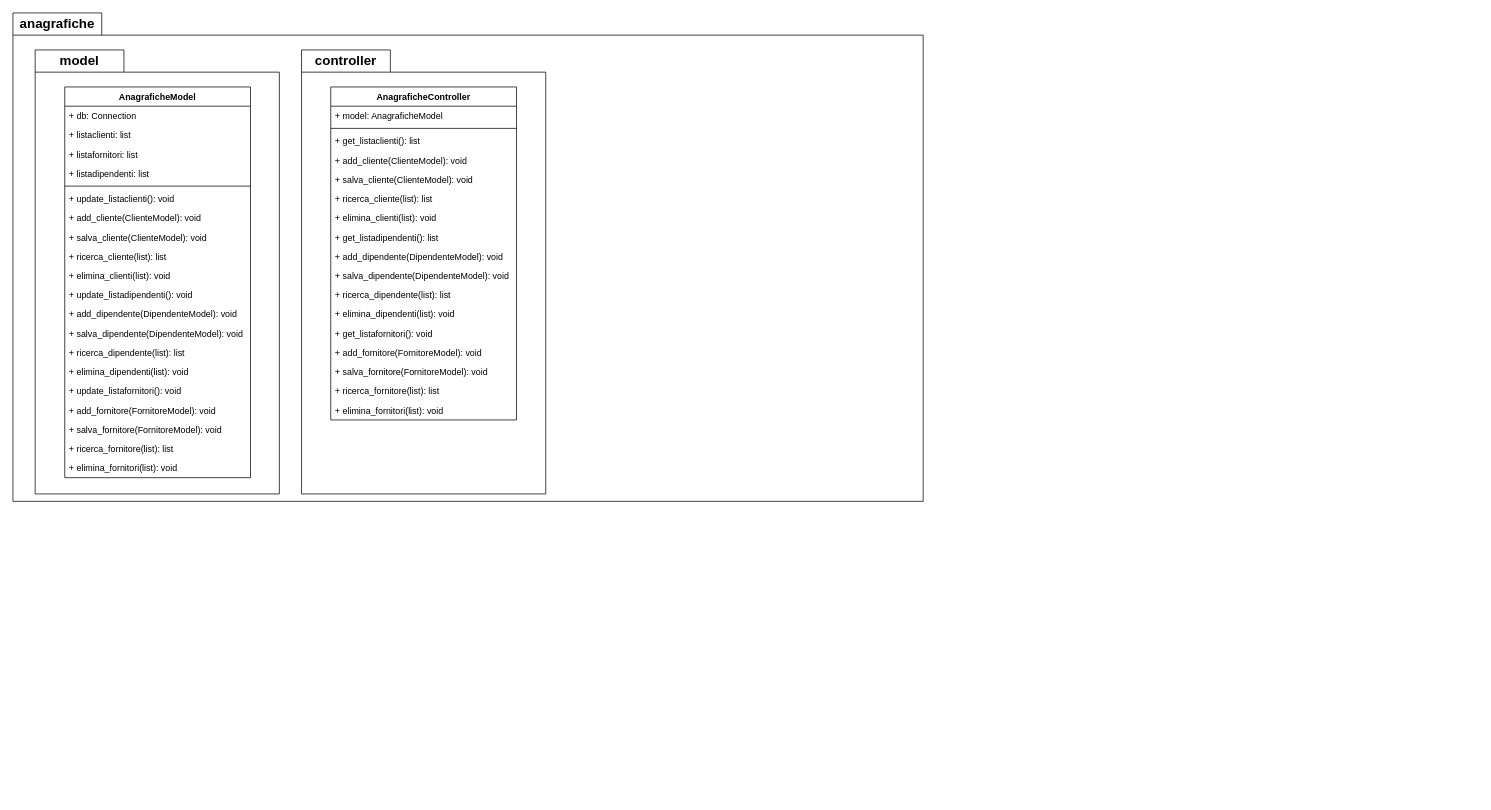
Raccispini/Progetto-Hotel keeps this draw.io diagram as Diagrammi/Untitled Diagram.drawio. Above is the earlier version. Source tidied: cells renumbered, new cells numbered last; positions are measured from the earlier drawing's top-left corner, leaving out a move shared by most shapes. Both pictures are drawn from the tidied source at 74%, with x=0, y=0 at pixel (13, 13).
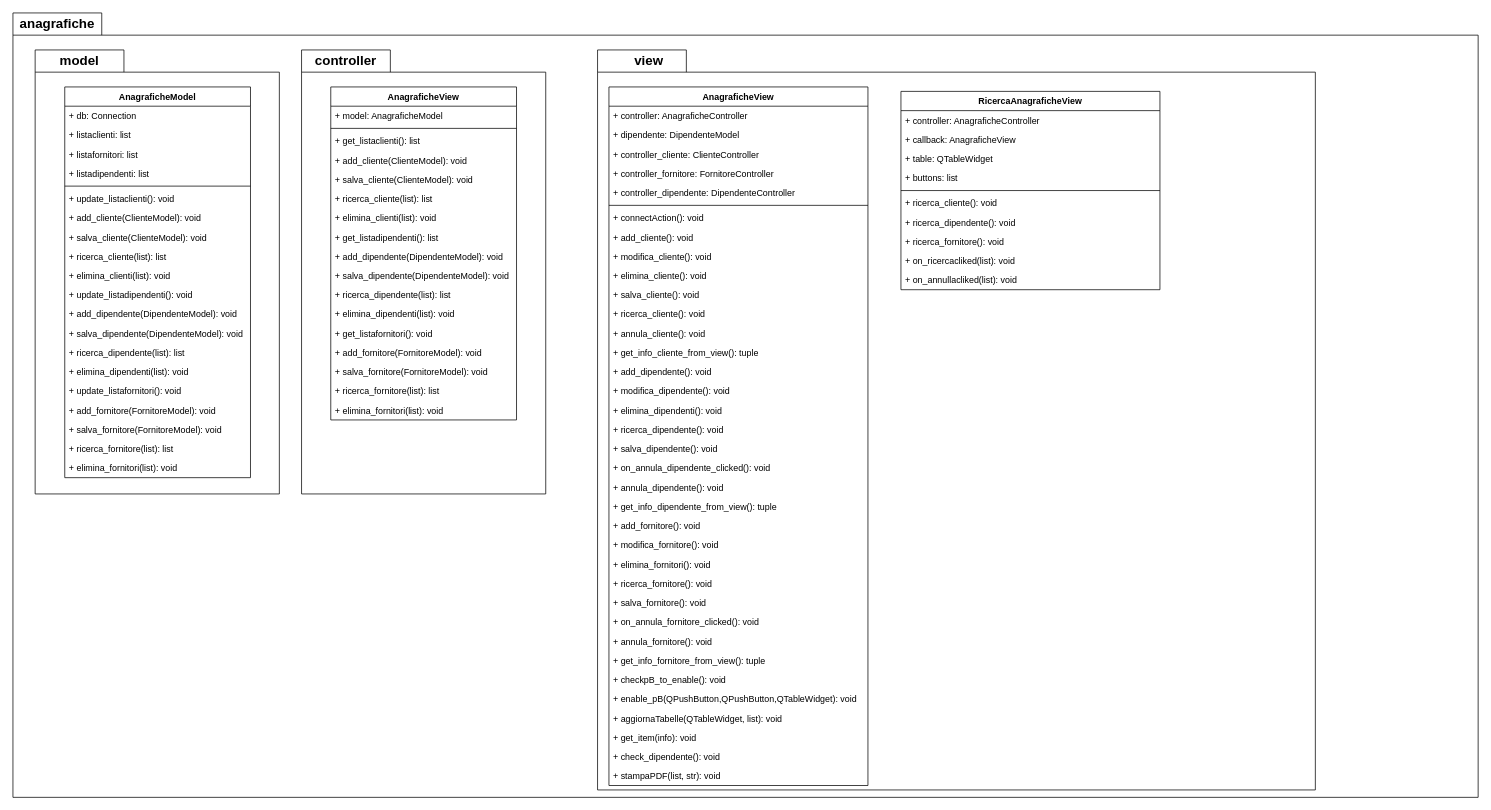
Above is the later version.

Commit message:
Piccolo aggiornamento al diagramma delle classi

Unchanged cells that the change refers to:
```xml
<mxCell id="25" style="group;" parent="1" vertex="1">
  <mxGeometry x="390" y="50" width="330" height="600" as="geometry" />
</mxCell>
```

Change to the diagram source:
```diff
@@
     <mxCell id="2" style="shape=folder;fontStyle=1;spacingTop=10;tabWidth=120;tabHeight=30;tabPosition=left;html=1;noLabel=0;overflow=visible;direction=east;labelPadding=0;" parent="1" vertex="1">
-      <mxGeometry width="1230" height="660" as="geometry" />
+      <mxGeometry width="1980" height="1060" as="geometry" />
     </mxCell>
@@
-    <mxCell id="28" value="AnagraficheController" style="swimlane;fontStyle=1;align=center;verticalAlign=top;horizontal=1;startSize=26;" parent="25" vertex="1">
+    <mxCell id="28" value="AnagraficheView" style="swimlane;fontStyle=1;align=center;verticalAlign=top;horizontal=1;startSize=26;" parent="25" vertex="1">
       <mxGeometry x="39.5" y="50" width="251" height="450" as="geometry" />
     </mxCell>
@@
+    <mxCell id="49" style="group;" parent="1" vertex="1">
+      <mxGeometry x="790" y="50" width="970" height="1000" as="geometry" />
+    </mxCell>
+    <mxCell id="50" style="shape=folder;fontStyle=1;spacingTop=10;tabWidth=120;tabHeight=30;tabPosition=left;html=1;fillColor=none;" parent="49" vertex="1">
+      <mxGeometry width="970" height="1000" as="geometry" />
+    </mxCell>
+    <mxCell id="51" value="&lt;span style=&quot;font-size: 18px&quot;&gt;&lt;b&gt;view&lt;/b&gt;&lt;/span&gt;" style="text;html=1;strokeColor=none;fillColor=none;align=center;verticalAlign=middle;whiteSpace=wrap;rounded=0;" parent="49" vertex="1">
+      <mxGeometry width="138.5" height="30" as="geometry" />
+    </mxCell>
+    <mxCell id="52" value="AnagraficheView" style="swimlane;fontStyle=1;align=center;verticalAlign=top;horizontal=1;startSize=26;" parent="49" vertex="1">
+      <mxGeometry x="15.4" y="50" width="350" height="944" as="geometry" />
+    </mxCell>
+    <mxCell id="53" value="+ controller: AnagraficheController&#10;" style="text;strokeColor=none;fillColor=none;align=left;verticalAlign=top;spacingLeft=4;spacingRight=4;overflow=hidden;" parent="52" vertex="1">
+      <mxGeometry y="26" width="350" height="26" as="geometry" />
+    </mxCell>
+    <mxCell id="54" value="+ dipendente: DipendenteModel&#10;" style="text;strokeColor=none;fillColor=none;align=left;verticalAlign=top;spacingLeft=4;spacingRight=4;overflow=hidden;" parent="52" vertex="1">
+      <mxGeometry y="52" width="350" height="26" as="geometry" />
+    </mxCell>
+    <mxCell id="55" value="+ controller_cliente: ClienteController" style="text;strokeColor=none;fillColor=none;align=left;verticalAlign=top;spacingLeft=4;spacingRight=4;overflow=hidden;" parent="52" vertex="1">
+      <mxGeometry y="78" width="350" height="26" as="geometry" />
+    </mxCell>
+    <mxCell id="56" value="+ controller_fornitore: FornitoreController&#10;" style="text;strokeColor=none;fillColor=none;align=left;verticalAlign=top;spacingLeft=4;spacingRight=4;overflow=hidden;" parent="52" vertex="1">
+      <mxGeometry y="104" width="350" height="26" as="geometry" />
+    </mxCell>
+    <mxCell id="57" value="+ controller_dipendente: DipendenteController&#10;" style="text;strokeColor=none;fillColor=none;align=left;verticalAlign=top;spacingLeft=4;spacingRight=4;overflow=hidden;" parent="52" vertex="1">
+      <mxGeometry y="130" width="350" height="26" as="geometry" />
+    </mxCell>
+    <mxCell id="58" style="line;strokeWidth=1;fillColor=none;align=left;verticalAlign=middle;spacingTop=-1;spacingLeft=3;spacingRight=3;labelPosition=right;" parent="52" vertex="1">
+      <mxGeometry y="156" width="350" height="8" as="geometry" />
+    </mxCell>
+    <mxCell id="59" value="+ connectAction(): void" style="text;strokeColor=none;fillColor=none;align=left;verticalAlign=top;spacingLeft=4;spacingRight=4;overflow=hidden;" parent="52" vertex="1">
+      <mxGeometry y="164" width="350" height="26" as="geometry" />
+    </mxCell>
+    <mxCell id="60" value="+ add_cliente(): void" style="text;strokeColor=none;fillColor=none;align=left;verticalAlign=top;spacingLeft=4;spacingRight=4;overflow=hidden;" parent="52" vertex="1">
+      <mxGeometry y="190" width="350" height="26" as="geometry" />
+    </mxCell>
+    <mxCell id="61" value="+ modifica_cliente(): void" style="text;strokeColor=none;fillColor=none;align=left;verticalAlign=top;spacingLeft=4;spacingRight=4;overflow=hidden;" parent="52" vertex="1">
+      <mxGeometry y="216" width="350" height="26" as="geometry" />
+    </mxCell>
+    <mxCell id="62" value="+ elimina_cliente(): void" style="text;strokeColor=none;fillColor=none;align=left;verticalAlign=top;spacingLeft=4;spacingRight=4;overflow=hidden;" parent="52" vertex="1">
+      <mxGeometry y="242" width="350" height="26" as="geometry" />
+    </mxCell>
+    <mxCell id="63" value="+ salva_cliente(): void" style="text;strokeColor=none;fillColor=none;align=left;verticalAlign=top;spacingLeft=4;spacingRight=4;overflow=hidden;" parent="52" vertex="1">
+      <mxGeometry y="268" width="350" height="26" as="geometry" />
+    </mxCell>
+    <mxCell id="64" value="+ ricerca_cliente(): void" style="text;strokeColor=none;fillColor=none;align=left;verticalAlign=top;spacingLeft=4;spacingRight=4;overflow=hidden;" parent="52" vertex="1">
+      <mxGeometry y="294" width="350" height="26" as="geometry" />
+    </mxCell>
+    <mxCell id="65" value="+ annula_cliente(): void" style="text;strokeColor=none;fillColor=none;align=left;verticalAlign=top;spacingLeft=4;spacingRight=4;overflow=hidden;" parent="52" vertex="1">
+      <mxGeometry y="320" width="350" height="26" as="geometry" />
+    </mxCell>
+    <mxCell id="66" value="+ get_info_cliente_from_view(): tuple" style="text;strokeColor=none;fillColor=none;align=left;verticalAlign=top;spacingLeft=4;spacingRight=4;overflow=hidden;" parent="52" vertex="1">
+      <mxGeometry y="346" width="350" height="26" as="geometry" />
+    </mxCell>
+    <mxCell id="67" value="+ add_dipendente(): void" style="text;strokeColor=none;fillColor=none;align=left;verticalAlign=top;spacingLeft=4;spacingRight=4;overflow=hidden;" parent="52" vertex="1">
+      <mxGeometry y="372" width="350" height="26" as="geometry" />
+    </mxCell>
+    <mxCell id="68" value="+ modifica_dipendente(): void" style="text;strokeColor=none;fillColor=none;align=left;verticalAlign=top;spacingLeft=4;spacingRight=4;overflow=hidden;" parent="52" vertex="1">
+      <mxGeometry y="398" width="350" height="26" as="geometry" />
+    </mxCell>
+    <mxCell id="69" value="+ elimina_dipendenti(): void" style="text;strokeColor=none;fillColor=none;align=left;verticalAlign=top;spacingLeft=4;spacingRight=4;overflow=hidden;" parent="52" vertex="1">
+      <mxGeometry y="424" width="350" height="26" as="geometry" />
+    </mxCell>
+    <mxCell id="70" value="+ ricerca_dipendente(): void" style="text;strokeColor=none;fillColor=none;align=left;verticalAlign=top;spacingLeft=4;spacingRight=4;overflow=hidden;" parent="52" vertex="1">
+      <mxGeometry y="450" width="350" height="26" as="geometry" />
+    </mxCell>
+    <mxCell id="71" value="+ salva_dipendente(): void" style="text;strokeColor=none;fillColor=none;align=left;verticalAlign=top;spacingLeft=4;spacingRight=4;overflow=hidden;" parent="52" vertex="1">
+      <mxGeometry y="476" width="350" height="26" as="geometry" />
+    </mxCell>
+    <mxCell id="72" value="+ on_annula_dipendente_clicked(): void" style="text;strokeColor=none;fillColor=none;align=left;verticalAlign=top;spacingLeft=4;spacingRight=4;overflow=hidden;" parent="52" vertex="1">
+      <mxGeometry y="502" width="350" height="26" as="geometry" />
+    </mxCell>
+    <mxCell id="73" value="+ annula_dipendente(): void" style="text;strokeColor=none;fillColor=none;align=left;verticalAlign=top;spacingLeft=4;spacingRight=4;overflow=hidden;" parent="52" vertex="1">
+      <mxGeometry y="528" width="350" height="26" as="geometry" />
+    </mxCell>
+    <mxCell id="74" value="+ get_info_dipendente_from_view(): tuple" style="text;strokeColor=none;fillColor=none;align=left;verticalAlign=top;spacingLeft=4;spacingRight=4;overflow=hidden;" parent="52" vertex="1">
+      <mxGeometry y="554" width="350" height="26" as="geometry" />
+    </mxCell>
+    <mxCell id="75" value="+ add_fornitore(): void" style="text;strokeColor=none;fillColor=none;align=left;verticalAlign=top;spacingLeft=4;spacingRight=4;overflow=hidden;" parent="52" vertex="1">
+      <mxGeometry y="580" width="350" height="26" as="geometry" />
+    </mxCell>
+    <mxCell id="76" value="+ modifica_fornitore(): void" style="text;strokeColor=none;fillColor=none;align=left;verticalAlign=top;spacingLeft=4;spacingRight=4;overflow=hidden;" parent="52" vertex="1">
+      <mxGeometry y="606" width="350" height="26" as="geometry" />
+    </mxCell>
+    <mxCell id="77" value="+ elimina_fornitori(): void" style="text;strokeColor=none;fillColor=none;align=left;verticalAlign=top;spacingLeft=4;spacingRight=4;overflow=hidden;" parent="52" vertex="1">
+      <mxGeometry y="632" width="350" height="26" as="geometry" />
+    </mxCell>
+    <mxCell id="78" value="+ ricerca_fornitore(): void" style="text;strokeColor=none;fillColor=none;align=left;verticalAlign=top;spacingLeft=4;spacingRight=4;overflow=hidden;" parent="52" vertex="1">
+      <mxGeometry y="658" width="350" height="26" as="geometry" />
+    </mxCell>
+    <mxCell id="79" value="+ salva_fornitore(): void" style="text;strokeColor=none;fillColor=none;align=left;verticalAlign=top;spacingLeft=4;spacingRight=4;overflow=hidden;" parent="52" vertex="1">
+      <mxGeometry y="684" width="350" height="26" as="geometry" />
+    </mxCell>
+    <mxCell id="80" value="+ on_annula_fornitore_clicked(): void" style="text;strokeColor=none;fillColor=none;align=left;verticalAlign=top;spacingLeft=4;spacingRight=4;overflow=hidden;" parent="52" vertex="1">
+      <mxGeometry y="710" width="350" height="26" as="geometry" />
+    </mxCell>
+    <mxCell id="81" value="+ annula_fornitore(): void" style="text;strokeColor=none;fillColor=none;align=left;verticalAlign=top;spacingLeft=4;spacingRight=4;overflow=hidden;" parent="52" vertex="1">
+      <mxGeometry y="736" width="350" height="26" as="geometry" />
+    </mxCell>
+    <mxCell id="82" value="+ get_info_fornitore_from_view(): tuple" style="text;strokeColor=none;fillColor=none;align=left;verticalAlign=top;spacingLeft=4;spacingRight=4;overflow=hidden;" parent="52" vertex="1">
+      <mxGeometry y="762" width="350" height="26" as="geometry" />
+    </mxCell>
+    <mxCell id="83" value="+ checkpB_to_enable(): void" style="text;strokeColor=none;fillColor=none;align=left;verticalAlign=top;spacingLeft=4;spacingRight=4;overflow=hidden;" parent="52" vertex="1">
+      <mxGeometry y="788" width="350" height="26" as="geometry" />
+    </mxCell>
+    <mxCell id="84" value="+ enable_pB(QPushButton,QPushButton,QTableWidget): void" style="text;strokeColor=none;fillColor=none;align=left;verticalAlign=top;spacingLeft=4;spacingRight=4;overflow=hidden;" parent="52" vertex="1">
+      <mxGeometry y="814" width="350" height="26" as="geometry" />
+    </mxCell>
+    <mxCell id="85" value="+ aggiornaTabelle(QTableWidget, list): void" style="text;strokeColor=none;fillColor=none;align=left;verticalAlign=top;spacingLeft=4;spacingRight=4;overflow=hidden;" parent="52" vertex="1">
+      <mxGeometry y="840" width="350" height="26" as="geometry" />
+    </mxCell>
+    <mxCell id="86" value="+ get_item(info): void" style="text;strokeColor=none;fillColor=none;align=left;verticalAlign=top;spacingLeft=4;spacingRight=4;overflow=hidden;" parent="52" vertex="1">
+      <mxGeometry y="866" width="350" height="26" as="geometry" />
+    </mxCell>
+    <mxCell id="87" value="+ check_dipendente(): void" style="text;strokeColor=none;fillColor=none;align=left;verticalAlign=top;spacingLeft=4;spacingRight=4;overflow=hidden;" parent="52" vertex="1">
+      <mxGeometry y="892" width="350" height="26" as="geometry" />
+    </mxCell>
+    <mxCell id="88" value="+ stampaPDF(list, str): void" style="text;strokeColor=none;fillColor=none;align=left;verticalAlign=top;spacingLeft=4;spacingRight=4;overflow=hidden;" parent="52" vertex="1">
+      <mxGeometry y="918" width="350" height="26" as="geometry" />
+    </mxCell>
+    <mxCell id="89" value="RicercaAnagraficheView" style="swimlane;fontStyle=1;align=center;verticalAlign=top;horizontal=1;startSize=26;" parent="49" vertex="1">
+      <mxGeometry x="410" y="56" width="350" height="268" as="geometry" />
+    </mxCell>
+    <mxCell id="90" value="+ controller: AnagraficheController&#10;" style="text;strokeColor=none;fillColor=none;align=left;verticalAlign=top;spacingLeft=4;spacingRight=4;overflow=hidden;" parent="89" vertex="1">
+      <mxGeometry y="26" width="350" height="26" as="geometry" />
+    </mxCell>
+    <mxCell id="91" value="+ callback: AnagraficheView&#10;" style="text;strokeColor=none;fillColor=none;align=left;verticalAlign=top;spacingLeft=4;spacingRight=4;overflow=hidden;" parent="89" vertex="1">
+      <mxGeometry y="52" width="350" height="26" as="geometry" />
+    </mxCell>
+    <mxCell id="92" value="+ table: QTableWidget" style="text;strokeColor=none;fillColor=none;align=left;verticalAlign=top;spacingLeft=4;spacingRight=4;overflow=hidden;" parent="89" vertex="1">
+      <mxGeometry y="78" width="350" height="26" as="geometry" />
+    </mxCell>
+    <mxCell id="93" value="+ buttons: list&#10;" style="text;strokeColor=none;fillColor=none;align=left;verticalAlign=top;spacingLeft=4;spacingRight=4;overflow=hidden;" parent="89" vertex="1">
+      <mxGeometry y="104" width="350" height="26" as="geometry" />
+    </mxCell>
+    <mxCell id="94" style="line;strokeWidth=1;fillColor=none;align=left;verticalAlign=middle;spacingTop=-1;spacingLeft=3;spacingRight=3;labelPosition=right;" parent="89" vertex="1">
+      <mxGeometry y="130" width="350" height="8" as="geometry" />
+    </mxCell>
+    <mxCell id="95" value="+ ricerca_cliente(): void" style="text;strokeColor=none;fillColor=none;align=left;verticalAlign=top;spacingLeft=4;spacingRight=4;overflow=hidden;" parent="89" vertex="1">
+      <mxGeometry y="138" width="350" height="26" as="geometry" />
+    </mxCell>
+    <mxCell id="96" value="+ ricerca_dipendente(): void" style="text;strokeColor=none;fillColor=none;align=left;verticalAlign=top;spacingLeft=4;spacingRight=4;overflow=hidden;" parent="89" vertex="1">
+      <mxGeometry y="164" width="350" height="26" as="geometry" />
+    </mxCell>
+    <mxCell id="97" value="+ ricerca_fornitore(): void" style="text;strokeColor=none;fillColor=none;align=left;verticalAlign=top;spacingLeft=4;spacingRight=4;overflow=hidden;" parent="89" vertex="1">
+      <mxGeometry y="190" width="350" height="26" as="geometry" />
+    </mxCell>
+    <mxCell id="98" value="+ on_ricercacliked(list): void" style="text;strokeColor=none;fillColor=none;align=left;verticalAlign=top;spacingLeft=4;spacingRight=4;overflow=hidden;" parent="89" vertex="1">
+      <mxGeometry y="216" width="350" height="26" as="geometry" />
+    </mxCell>
+    <mxCell id="99" value="+ on_annullacliked(list): void" style="text;strokeColor=none;fillColor=none;align=left;verticalAlign=top;spacingLeft=4;spacingRight=4;overflow=hidden;" parent="89" vertex="1">
+      <mxGeometry y="242" width="350" height="26" as="geometry" />
+    </mxCell>
```
